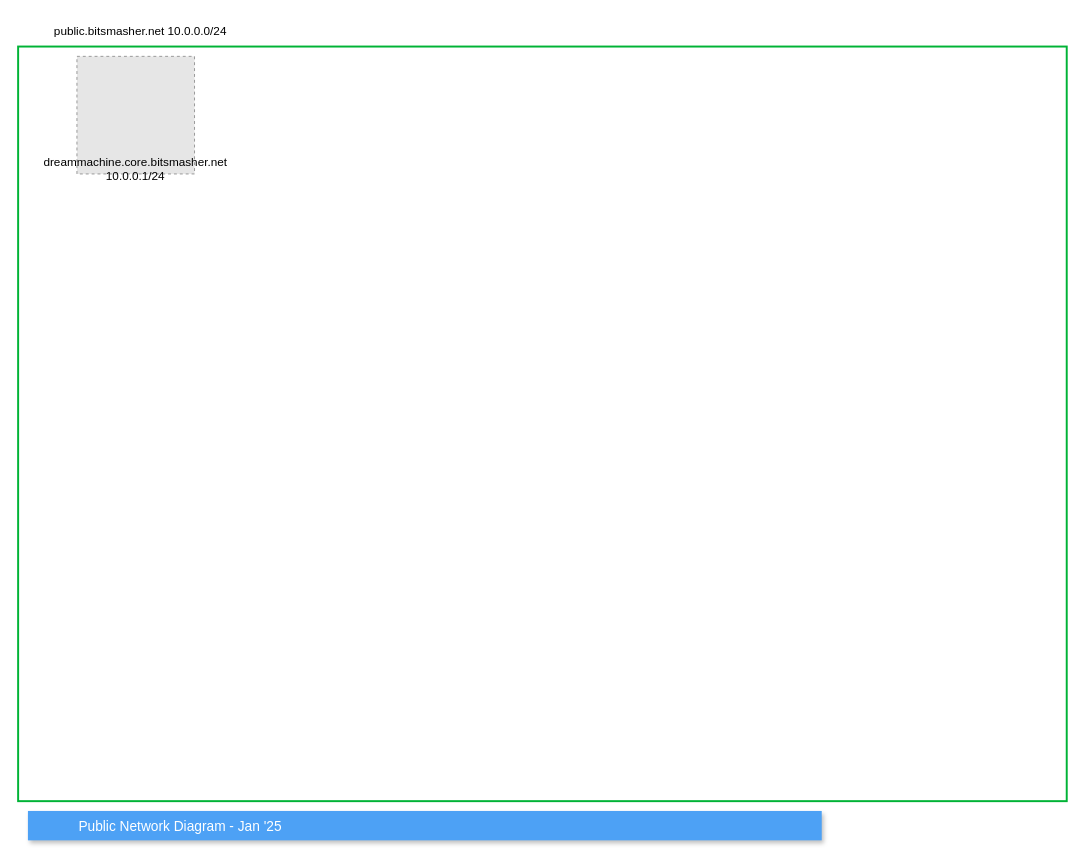
devsecfranklin/franklin-resume keeps this draw.io diagram as page "dmz" (4 of 4) of docs/drawings/lab_2024.drawio. Above is the earlier version. Source tidied: cells renumbered, new cells numbered last; positions are measured from the earlier drawing's top-left corner, leaving out a move shared by most shapes. Both pictures are drawn from the tidied source at 98%, with x=0, y=0 at pixel (18, 17). Pictures stored in the file or linked from it are replaced by grey dashed boxes.
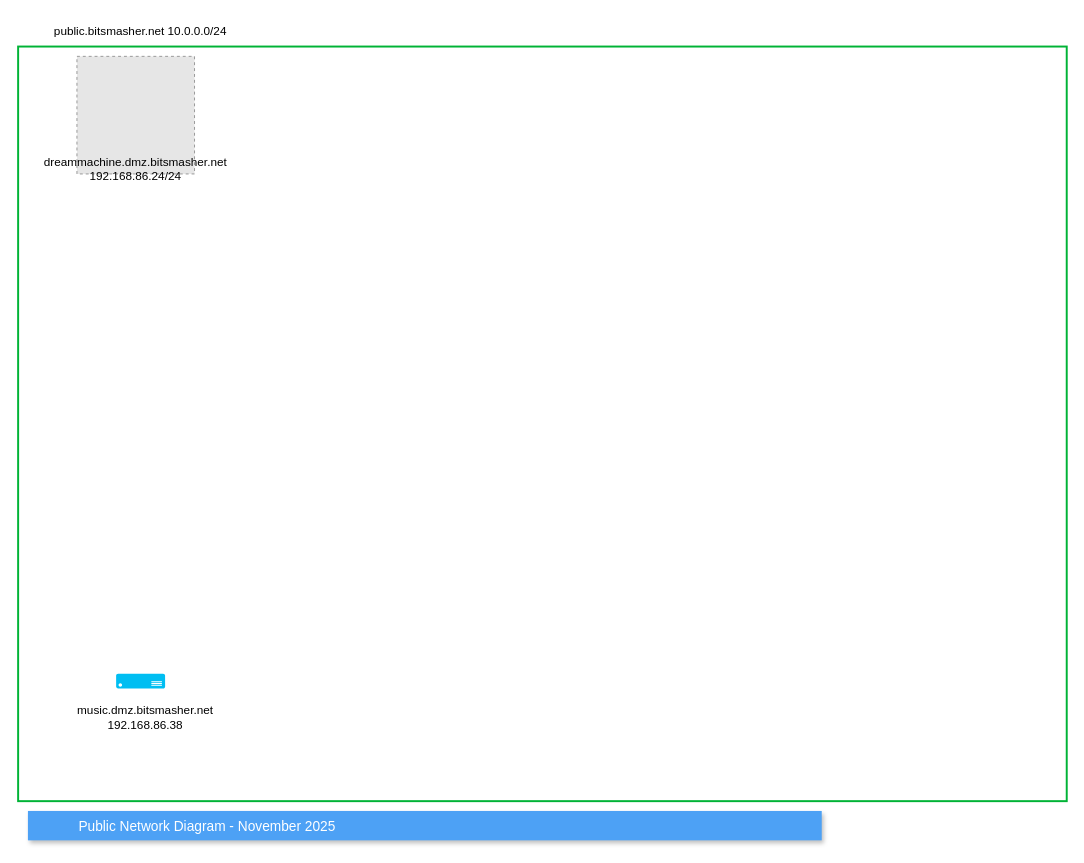
The same diagram, later.

What changed in the source:
```diff
@@
 <mxGraphModel>
   <root>
     <mxCell id="0" />
     <mxCell id="1" parent="0" />
-    <mxCell id="2" value="Public Network Diagram - Jan '25 " style="fillColor=#4DA1F5;strokeColor=none;shadow=1;gradientColor=none;fontSize=14;align=left;spacingLeft=50;fontColor=#ffffff;" parent="1" vertex="1">
+    <mxCell id="2" value="Public Network Diagram - November 2025 " style="fillColor=#4DA1F5;strokeColor=none;shadow=1;gradientColor=none;fontSize=14;align=left;spacingLeft=50;fontColor=#ffffff;" parent="1" vertex="1">
       <mxGeometry x="10" y="810" width="810" height="30" as="geometry" />
     </mxCell>
     <mxCell id="3" style="rounded=0;whiteSpace=wrap;html=1;fillColor=none;strokeColor=#00B336;strokeWidth=2;" parent="1" vertex="1">
       <mxGeometry y="30" width="1070" height="770" as="geometry" />
     </mxCell>
     <mxCell id="4" value="public.bitsmasher.net 10.0.0.0/24" style="text;html=1;strokeColor=none;fillColor=none;align=center;verticalAlign=middle;whiteSpace=wrap;rounded=0;" parent="1" vertex="1">
       <mxGeometry width="250" height="30" as="geometry" />
     </mxCell>
     <mxCell id="5" parent="0" />
     <mxCell id="6" style="group;" parent="5" vertex="1">
       <mxGeometry x="20" y="40" width="200" height="130" as="geometry" />
     </mxCell>
     <mxCell id="7" style="fillColor=#E6E6E6;strokeColor=#999999;dashed=1;" parent="6" vertex="1">
       <mxGeometry x="40" width="120" height="120" as="geometry" />
     </mxCell>
-    <mxCell id="8" value="dreammachine.core.bitsmasher.net&lt;br&gt;10.0.0.1/24" style="text;html=1;strokeColor=none;fillColor=none;align=center;verticalAlign=middle;whiteSpace=wrap;rounded=0;" parent="6" vertex="1">
+    <mxCell id="8" value="dreammachine.dmz.bitsmasher.net&lt;br&gt;192.168.86.24/24" style="text;html=1;strokeColor=none;fillColor=none;align=center;verticalAlign=middle;whiteSpace=wrap;rounded=0;" parent="6" vertex="1">
       <mxGeometry y="100" width="200" height="30" as="geometry" />
     </mxCell>
+    <mxCell id="9" style="group;" parent="5" vertex="1">
+      <mxGeometry x="30" y="670" width="200" height="60" as="geometry" />
+    </mxCell>
+    <mxCell id="10" style="verticalLabelPosition=bottom;html=1;verticalAlign=top;align=center;strokeColor=none;fillColor=#00BEF2;shape=mxgraph.azure.server;" parent="9" vertex="1">
+      <mxGeometry x="70" width="50" height="15" as="geometry" />
+    </mxCell>
+    <mxCell id="11" value="music.dmz.bitsmasher.net&lt;br&gt;192.168.86.38" style="text;html=1;strokeColor=none;fillColor=none;align=center;verticalAlign=middle;whiteSpace=wrap;rounded=0;" parent="9" vertex="1">
+      <mxGeometry y="30" width="200" height="30" as="geometry" />
+    </mxCell>
   </root>
 </mxGraphModel>
```
